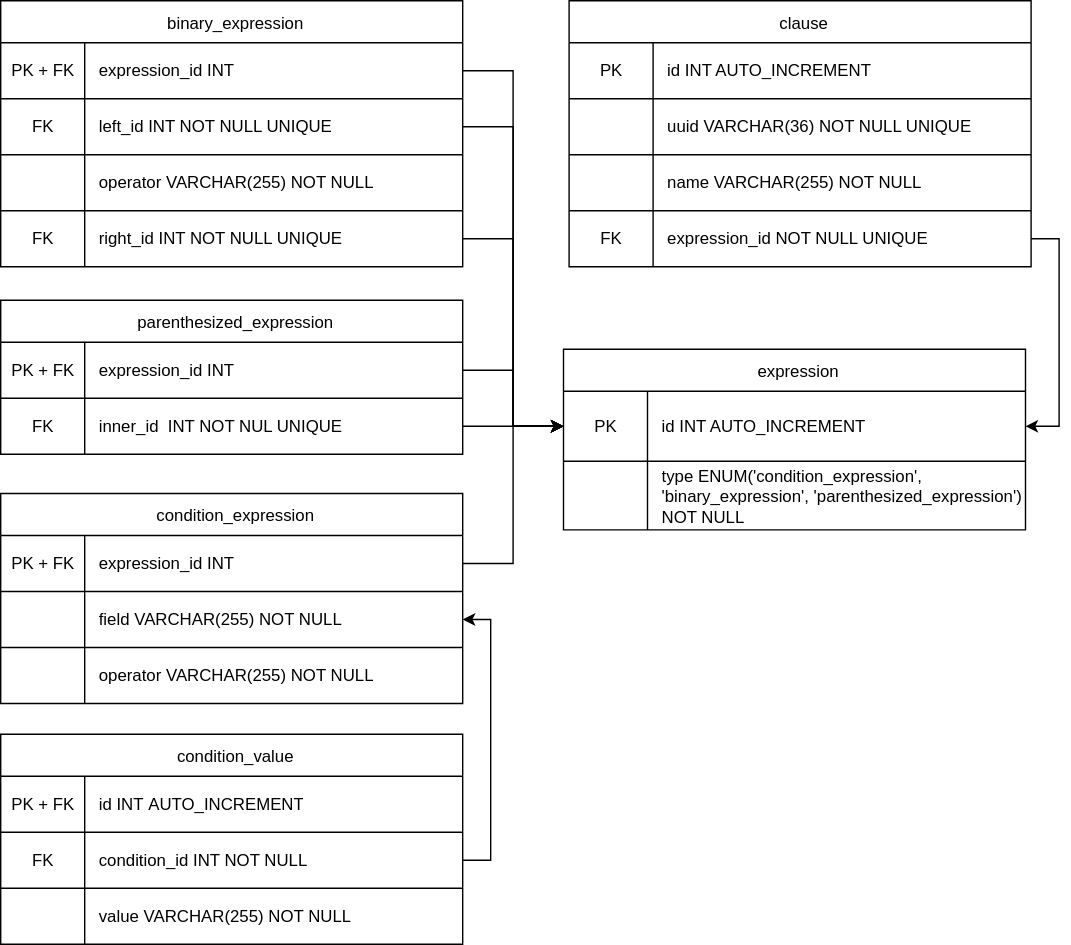
Before: documentation/src/main/resources/images/data_model.svg, a diagram exported from draw.io (KvalitetsIT/klausuleret-tilskud-valideringskomponent). Source tidied: cells renumbered, new cells last; positions are measured from the earlier drawing's top-left corner, leaving out a move shared by most shapes. Its diagram source:
```xml
<mxGraphModel>
  <root>
    <mxCell id="0" />
    <mxCell id="1" parent="0" />
    <mxCell id="2" value="clause" style="shape=table;startSize=30;spacingLeft=5;" parent="1" vertex="1">
      <mxGeometry x="406" width="330" height="190" as="geometry" />
    </mxCell>
    <mxCell id="3" style="shape=tableRow;horizontal=0;startSize=0;swimlaneHead=0;swimlaneBody=0;strokeColor=inherit;top=0;left=0;bottom=0;right=0;fillColor=none;" parent="2" vertex="1">
      <mxGeometry y="30" width="330" height="40" as="geometry" />
    </mxCell>
    <mxCell id="4" value="PK" style="shape=partialRectangle;html=1;whiteSpace=wrap;strokeColor=inherit;overflow=hidden;fillColor=none;top=0;left=0;bottom=0;right=0;" parent="3" vertex="1">
      <mxGeometry width="60" height="40" as="geometry" />
    </mxCell>
    <mxCell id="5" value="id INT AUTO_INCREMENT" style="shape=partialRectangle;html=1;whiteSpace=wrap;strokeColor=inherit;overflow=hidden;fillColor=none;top=0;left=0;bottom=0;right=0;align=left;spacingLeft=8;" parent="3" vertex="1">
      <mxGeometry x="60" width="270" height="40" as="geometry" />
    </mxCell>
    <mxCell id="6" style="shape=tableRow;horizontal=0;startSize=0;swimlaneHead=0;swimlaneBody=0;strokeColor=inherit;top=0;left=0;bottom=0;right=0;fillColor=none;" parent="2" vertex="1">
      <mxGeometry y="70" width="330" height="40" as="geometry" />
    </mxCell>
    <mxCell id="7" style="shape=partialRectangle;html=1;whiteSpace=wrap;strokeColor=inherit;overflow=hidden;fillColor=none;top=0;left=0;bottom=0;right=0;" parent="6" vertex="1">
      <mxGeometry width="60" height="40" as="geometry" />
    </mxCell>
    <mxCell id="8" value="uuid VARCHAR(36) NOT NULL UNIQUE" style="shape=partialRectangle;html=1;whiteSpace=wrap;strokeColor=inherit;overflow=hidden;fillColor=none;top=0;left=0;bottom=0;right=0;align=left;spacingLeft=8;" parent="6" vertex="1">
      <mxGeometry x="60" width="270" height="40" as="geometry" />
    </mxCell>
    <mxCell id="9" style="shape=tableRow;horizontal=0;startSize=0;swimlaneHead=0;swimlaneBody=0;strokeColor=inherit;top=0;left=0;bottom=0;right=0;fillColor=none;" parent="2" vertex="1">
      <mxGeometry y="110" width="330" height="40" as="geometry" />
    </mxCell>
    <mxCell id="10" style="shape=partialRectangle;html=1;whiteSpace=wrap;strokeColor=inherit;overflow=hidden;fillColor=none;top=0;left=0;bottom=0;right=0;" parent="9" vertex="1">
      <mxGeometry width="60" height="40" as="geometry" />
    </mxCell>
    <mxCell id="11" value="name VARCHAR(255) NOT NULL" style="shape=partialRectangle;html=1;whiteSpace=wrap;strokeColor=inherit;overflow=hidden;fillColor=none;top=0;left=0;bottom=0;right=0;align=left;spacingLeft=8;" parent="9" vertex="1">
      <mxGeometry x="60" width="270" height="40" as="geometry" />
    </mxCell>
    <mxCell id="12" style="shape=tableRow;horizontal=0;startSize=0;swimlaneHead=0;swimlaneBody=0;strokeColor=inherit;top=0;left=0;bottom=0;right=0;fillColor=none;points=[[0,0.5],[1,0.5]];portConstraint=eastwest;" parent="2" vertex="1">
      <mxGeometry y="150" width="330" height="40" as="geometry" />
    </mxCell>
    <mxCell id="13" value="FK" style="shape=partialRectangle;html=1;whiteSpace=wrap;strokeColor=inherit;overflow=hidden;fillColor=none;top=0;left=0;bottom=0;right=0;" parent="12" vertex="1">
      <mxGeometry width="60" height="40" as="geometry" />
    </mxCell>
    <mxCell id="14" value="expression_id NOT NULL UNIQUE&amp;nbsp;" style="shape=partialRectangle;html=1;whiteSpace=wrap;strokeColor=inherit;overflow=hidden;fillColor=none;top=0;left=0;bottom=0;right=0;align=left;spacingLeft=8;" parent="12" vertex="1">
      <mxGeometry x="60" width="270" height="40" as="geometry" />
    </mxCell>
    <mxCell id="15" value="expression" style="shape=table;startSize=30;spacingLeft=5;" parent="1" vertex="1">
      <mxGeometry x="402" y="249" width="330" height="129" as="geometry" />
    </mxCell>
    <mxCell id="16" style="shape=tableRow;horizontal=0;startSize=0;swimlaneHead=0;swimlaneBody=0;strokeColor=inherit;top=0;left=0;bottom=0;right=0;fillColor=none;points=[[0,0.5],[1,0.5]];portConstraint=eastwest;" parent="15" vertex="1">
      <mxGeometry y="30" width="330" height="50" as="geometry" />
    </mxCell>
    <mxCell id="17" value="PK" style="shape=partialRectangle;html=1;whiteSpace=wrap;strokeColor=inherit;overflow=hidden;fillColor=none;top=0;left=0;bottom=0;right=0;" parent="16" vertex="1">
      <mxGeometry width="60" height="50" as="geometry" />
    </mxCell>
    <mxCell id="18" value="id INT AUTO_INCREMENT" style="shape=partialRectangle;html=1;whiteSpace=wrap;strokeColor=inherit;overflow=hidden;fillColor=none;top=0;left=0;bottom=0;right=0;align=left;spacingLeft=8;" parent="16" vertex="1">
      <mxGeometry x="60" width="270" height="50" as="geometry" />
    </mxCell>
    <mxCell id="19" style="shape=tableRow;horizontal=0;startSize=0;swimlaneHead=0;swimlaneBody=0;strokeColor=inherit;top=0;left=0;bottom=0;right=0;fillColor=none;" parent="15" vertex="1">
      <mxGeometry y="80" width="330" height="49" as="geometry" />
    </mxCell>
    <mxCell id="20" style="shape=partialRectangle;html=1;whiteSpace=wrap;strokeColor=inherit;overflow=hidden;fillColor=none;top=0;left=0;bottom=0;right=0;" parent="19" vertex="1">
      <mxGeometry width="60" height="49" as="geometry" />
    </mxCell>
    <mxCell id="21" value="type ENUM('condition_expression', 'binary_expression', 'parenthesized_expression') NOT NULL" style="shape=partialRectangle;html=1;whiteSpace=wrap;strokeColor=inherit;overflow=hidden;fillColor=none;top=0;left=0;bottom=0;right=0;align=left;spacingLeft=8;" parent="19" vertex="1">
      <mxGeometry x="60" width="270" height="49" as="geometry" />
    </mxCell>
    <mxCell id="22" value="condition_expression" style="shape=table;startSize=30;spacingLeft=5;" parent="1" vertex="1">
      <mxGeometry y="352" width="330" height="150" as="geometry" />
    </mxCell>
    <mxCell id="23" style="shape=tableRow;horizontal=0;startSize=0;swimlaneHead=0;swimlaneBody=0;strokeColor=inherit;top=0;left=0;bottom=0;right=0;fillColor=none;points=[[0,0.5],[1,0.5]];portConstraint=eastwest;" parent="22" vertex="1">
      <mxGeometry y="30" width="330" height="40" as="geometry" />
    </mxCell>
    <mxCell id="24" value="PK + FK" style="shape=partialRectangle;html=1;whiteSpace=wrap;strokeColor=inherit;overflow=hidden;fillColor=none;top=0;left=0;bottom=0;right=0;" parent="23" vertex="1">
      <mxGeometry width="60" height="40" as="geometry" />
    </mxCell>
    <mxCell id="25" value="expression_id INT" style="shape=partialRectangle;html=1;whiteSpace=wrap;strokeColor=inherit;overflow=hidden;fillColor=none;top=0;left=0;bottom=0;right=0;align=left;spacingLeft=8;" parent="23" vertex="1">
      <mxGeometry x="60" width="270" height="40" as="geometry" />
    </mxCell>
    <mxCell id="26" style="shape=tableRow;horizontal=0;startSize=0;swimlaneHead=0;swimlaneBody=0;strokeColor=inherit;top=0;left=0;bottom=0;right=0;fillColor=none;points=[[0,0.5],[1,0.5]];portConstraint=eastwest;" parent="22" vertex="1">
      <mxGeometry y="70" width="330" height="40" as="geometry" />
    </mxCell>
    <mxCell id="27" style="shape=partialRectangle;html=1;whiteSpace=wrap;strokeColor=inherit;overflow=hidden;fillColor=none;top=0;left=0;bottom=0;right=0;" parent="26" vertex="1">
      <mxGeometry width="60" height="40" as="geometry" />
    </mxCell>
    <mxCell id="28" value="field VARCHAR(255) NOT NULL" style="shape=partialRectangle;html=1;whiteSpace=wrap;strokeColor=inherit;overflow=hidden;fillColor=none;top=0;left=0;bottom=0;right=0;align=left;spacingLeft=8;" parent="26" vertex="1">
      <mxGeometry x="60" width="270" height="40" as="geometry" />
    </mxCell>
    <mxCell id="29" style="shape=tableRow;horizontal=0;startSize=0;swimlaneHead=0;swimlaneBody=0;strokeColor=inherit;top=0;left=0;bottom=0;right=0;fillColor=none;" parent="22" vertex="1">
      <mxGeometry y="110" width="330" height="40" as="geometry" />
    </mxCell>
    <mxCell id="30" style="shape=partialRectangle;html=1;whiteSpace=wrap;strokeColor=inherit;overflow=hidden;fillColor=none;top=0;left=0;bottom=0;right=0;" parent="29" vertex="1">
      <mxGeometry width="60" height="40" as="geometry" />
    </mxCell>
    <mxCell id="31" value="operator VARCHAR(255) NOT NULL" style="shape=partialRectangle;html=1;whiteSpace=wrap;strokeColor=inherit;overflow=hidden;fillColor=none;top=0;left=0;bottom=0;right=0;align=left;spacingLeft=8;" parent="29" vertex="1">
      <mxGeometry x="60" width="270" height="40" as="geometry" />
    </mxCell>
    <mxCell id="32" value="condition_value" style="shape=table;startSize=30;spacingLeft=5;" parent="1" vertex="1">
      <mxGeometry y="524" width="330" height="150" as="geometry" />
    </mxCell>
    <mxCell id="33" style="shape=tableRow;horizontal=0;startSize=0;swimlaneHead=0;swimlaneBody=0;strokeColor=inherit;top=0;left=0;bottom=0;right=0;fillColor=none;" parent="32" vertex="1">
      <mxGeometry y="30" width="330" height="40" as="geometry" />
    </mxCell>
    <mxCell id="34" value="PK + FK" style="shape=partialRectangle;html=1;whiteSpace=wrap;strokeColor=inherit;overflow=hidden;fillColor=none;top=0;left=0;bottom=0;right=0;" parent="33" vertex="1">
      <mxGeometry width="60" height="40" as="geometry" />
    </mxCell>
    <mxCell id="35" value="id INT&amp;nbsp;AUTO_INCREMENT" style="shape=partialRectangle;html=1;whiteSpace=wrap;strokeColor=inherit;overflow=hidden;fillColor=none;top=0;left=0;bottom=0;right=0;align=left;spacingLeft=8;" parent="33" vertex="1">
      <mxGeometry x="60" width="270" height="40" as="geometry" />
    </mxCell>
    <mxCell id="36" style="shape=tableRow;horizontal=0;startSize=0;swimlaneHead=0;swimlaneBody=0;strokeColor=inherit;top=0;left=0;bottom=0;right=0;fillColor=none;points=[[0,0.5],[1,0.5]];portConstraint=eastwest;" parent="32" vertex="1">
      <mxGeometry y="70" width="330" height="40" as="geometry" />
    </mxCell>
    <mxCell id="37" value="FK" style="shape=partialRectangle;html=1;whiteSpace=wrap;strokeColor=inherit;overflow=hidden;fillColor=none;top=0;left=0;bottom=0;right=0;" parent="36" vertex="1">
      <mxGeometry width="60" height="40" as="geometry" />
    </mxCell>
    <mxCell id="38" value="condition_id INT NOT NULL" style="shape=partialRectangle;html=1;whiteSpace=wrap;strokeColor=inherit;overflow=hidden;fillColor=none;top=0;left=0;bottom=0;right=0;align=left;spacingLeft=8;" parent="36" vertex="1">
      <mxGeometry x="60" width="270" height="40" as="geometry" />
    </mxCell>
    <mxCell id="39" style="shape=tableRow;horizontal=0;startSize=0;swimlaneHead=0;swimlaneBody=0;strokeColor=inherit;top=0;left=0;bottom=0;right=0;fillColor=none;" parent="32" vertex="1">
      <mxGeometry y="110" width="330" height="40" as="geometry" />
    </mxCell>
    <mxCell id="40" style="shape=partialRectangle;html=1;whiteSpace=wrap;strokeColor=inherit;overflow=hidden;fillColor=none;top=0;left=0;bottom=0;right=0;" parent="39" vertex="1">
      <mxGeometry width="60" height="40" as="geometry" />
    </mxCell>
    <mxCell id="41" value="value VARCHAR(255) NOT NULL" style="shape=partialRectangle;html=1;whiteSpace=wrap;strokeColor=inherit;overflow=hidden;fillColor=none;top=0;left=0;bottom=0;right=0;align=left;spacingLeft=8;" parent="39" vertex="1">
      <mxGeometry x="60" width="270" height="40" as="geometry" />
    </mxCell>
    <mxCell id="42" value="parenthesized_expression" style="shape=table;startSize=30;spacingLeft=5;" parent="1" vertex="1">
      <mxGeometry y="214" width="330" height="110" as="geometry" />
    </mxCell>
    <mxCell id="43" style="shape=tableRow;horizontal=0;startSize=0;swimlaneHead=0;swimlaneBody=0;strokeColor=inherit;top=0;left=0;bottom=0;right=0;fillColor=none;points=[[0,0.5],[1,0.5]];portConstraint=eastwest;" parent="42" vertex="1">
      <mxGeometry y="30" width="330" height="40" as="geometry" />
    </mxCell>
    <mxCell id="44" value="PK + FK" style="shape=partialRectangle;html=1;whiteSpace=wrap;strokeColor=inherit;overflow=hidden;fillColor=none;top=0;left=0;bottom=0;right=0;" parent="43" vertex="1">
      <mxGeometry width="60" height="40" as="geometry" />
    </mxCell>
    <mxCell id="45" value="expression_id INT" style="shape=partialRectangle;html=1;whiteSpace=wrap;strokeColor=inherit;overflow=hidden;fillColor=none;top=0;left=0;bottom=0;right=0;align=left;spacingLeft=8;" parent="43" vertex="1">
      <mxGeometry x="60" width="270" height="40" as="geometry" />
    </mxCell>
    <mxCell id="46" style="shape=tableRow;horizontal=0;startSize=0;swimlaneHead=0;swimlaneBody=0;strokeColor=inherit;top=0;left=0;bottom=0;right=0;fillColor=none;points=[[0,0.5],[1,0.5]];portConstraint=eastwest;" parent="42" vertex="1">
      <mxGeometry y="70" width="330" height="40" as="geometry" />
    </mxCell>
    <mxCell id="47" value="FK" style="shape=partialRectangle;html=1;whiteSpace=wrap;strokeColor=inherit;overflow=hidden;fillColor=none;top=0;left=0;bottom=0;right=0;" parent="46" vertex="1">
      <mxGeometry width="60" height="40" as="geometry" />
    </mxCell>
    <mxCell id="48" value="inner_id &amp;nbsp;INT NOT NUL UNIQUE" style="shape=partialRectangle;html=1;whiteSpace=wrap;strokeColor=inherit;overflow=hidden;fillColor=none;top=0;left=0;bottom=0;right=0;align=left;spacingLeft=8;" parent="46" vertex="1">
      <mxGeometry x="60" width="270" height="40" as="geometry" />
    </mxCell>
    <mxCell id="49" style="edgeStyle=orthogonalEdgeStyle;rounded=0;jettySize=auto;html=1;entryX=0;entryY=0.5;entryDx=0;entryDy=0;" parent="1" edge="1" source="23" target="16">
      <mxGeometry relative="1" as="geometry" />
    </mxCell>
    <mxCell id="50" style="edgeStyle=orthogonalEdgeStyle;rounded=0;jettySize=auto;html=1;exitX=1;exitY=0.5;exitDx=0;exitDy=0;entryX=0;entryY=0.5;entryDx=0;entryDy=0;" parent="1" edge="1" source="43" target="16">
      <mxGeometry relative="1" as="geometry" />
    </mxCell>
    <mxCell id="51" value="binary_expression" style="shape=table;startSize=30;spacingLeft=5;" parent="1" vertex="1">
      <mxGeometry width="330" height="190" as="geometry" />
    </mxCell>
    <mxCell id="52" style="shape=tableRow;horizontal=0;startSize=0;swimlaneHead=0;swimlaneBody=0;strokeColor=inherit;top=0;left=0;bottom=0;right=0;fillColor=none;points=[[0,0.5],[1,0.5]];portConstraint=eastwest;" parent="51" vertex="1">
      <mxGeometry y="30" width="330" height="40" as="geometry" />
    </mxCell>
    <mxCell id="53" value="PK + FK" style="shape=partialRectangle;html=1;whiteSpace=wrap;strokeColor=inherit;overflow=hidden;fillColor=none;top=0;left=0;bottom=0;right=0;" parent="52" vertex="1">
      <mxGeometry width="60" height="40" as="geometry" />
    </mxCell>
    <mxCell id="54" value="expression_id INT" style="shape=partialRectangle;html=1;whiteSpace=wrap;strokeColor=inherit;overflow=hidden;fillColor=none;top=0;left=0;bottom=0;right=0;align=left;spacingLeft=8;" parent="52" vertex="1">
      <mxGeometry x="60" width="270" height="40" as="geometry" />
    </mxCell>
    <mxCell id="55" style="shape=tableRow;horizontal=0;startSize=0;swimlaneHead=0;swimlaneBody=0;strokeColor=inherit;top=0;left=0;bottom=0;right=0;fillColor=none;points=[[0,0.5],[1,0.5]];portConstraint=eastwest;" parent="51" vertex="1">
      <mxGeometry y="70" width="330" height="40" as="geometry" />
    </mxCell>
    <mxCell id="56" value="FK" style="shape=partialRectangle;html=1;whiteSpace=wrap;strokeColor=inherit;overflow=hidden;fillColor=none;top=0;left=0;bottom=0;right=0;" parent="55" vertex="1">
      <mxGeometry width="60" height="40" as="geometry" />
    </mxCell>
    <mxCell id="57" value="left_id&amp;nbsp;INT NOT NULL UNIQUE" style="shape=partialRectangle;html=1;whiteSpace=wrap;strokeColor=inherit;overflow=hidden;fillColor=none;top=0;left=0;bottom=0;right=0;align=left;spacingLeft=8;" parent="55" vertex="1">
      <mxGeometry x="60" width="270" height="40" as="geometry" />
    </mxCell>
    <mxCell id="58" style="shape=tableRow;horizontal=0;startSize=0;swimlaneHead=0;swimlaneBody=0;strokeColor=inherit;top=0;left=0;bottom=0;right=0;fillColor=none;" parent="51" vertex="1">
      <mxGeometry y="110" width="330" height="40" as="geometry" />
    </mxCell>
    <mxCell id="59" style="shape=partialRectangle;html=1;whiteSpace=wrap;strokeColor=inherit;overflow=hidden;fillColor=none;top=0;left=0;bottom=0;right=0;" parent="58" vertex="1">
      <mxGeometry width="60" height="40" as="geometry" />
    </mxCell>
    <mxCell id="60" value="operator VARCHAR(255) NOT NULL" style="shape=partialRectangle;html=1;whiteSpace=wrap;strokeColor=inherit;overflow=hidden;fillColor=none;top=0;left=0;bottom=0;right=0;align=left;spacingLeft=8;" parent="58" vertex="1">
      <mxGeometry x="60" width="270" height="40" as="geometry" />
    </mxCell>
    <mxCell id="61" style="shape=tableRow;horizontal=0;startSize=0;swimlaneHead=0;swimlaneBody=0;strokeColor=inherit;top=0;left=0;bottom=0;right=0;fillColor=none;points=[[0,0.5],[1,0.5]];portConstraint=eastwest;" parent="51" vertex="1">
      <mxGeometry y="150" width="330" height="40" as="geometry" />
    </mxCell>
    <mxCell id="62" value="FK" style="shape=partialRectangle;html=1;whiteSpace=wrap;strokeColor=inherit;overflow=hidden;fillColor=none;top=0;left=0;bottom=0;right=0;" parent="61" vertex="1">
      <mxGeometry width="60" height="40" as="geometry" />
    </mxCell>
    <mxCell id="63" value="right_id&amp;nbsp;INT NOT NULL UNIQUE" style="shape=partialRectangle;html=1;whiteSpace=wrap;strokeColor=inherit;overflow=hidden;fillColor=none;top=0;left=0;bottom=0;right=0;align=left;spacingLeft=8;" parent="61" vertex="1">
      <mxGeometry x="60" width="270" height="40" as="geometry" />
    </mxCell>
    <mxCell id="64" style="edgeStyle=orthogonalEdgeStyle;rounded=0;jettySize=auto;html=1;entryX=0;entryY=0.5;entryDx=0;entryDy=0;" parent="1" edge="1" source="52" target="16">
      <mxGeometry relative="1" as="geometry" />
    </mxCell>
    <mxCell id="65" style="edgeStyle=orthogonalEdgeStyle;rounded=0;jettySize=auto;html=1;entryX=0;entryY=0.5;entryDx=0;entryDy=0;" parent="1" edge="1" source="61" target="16">
      <mxGeometry relative="1" as="geometry" />
    </mxCell>
    <mxCell id="66" style="edgeStyle=orthogonalEdgeStyle;rounded=0;jettySize=auto;html=1;exitX=1;exitY=0.5;exitDx=0;exitDy=0;entryX=0;entryY=0.5;entryDx=0;entryDy=0;" parent="1" edge="1" source="55" target="16">
      <mxGeometry relative="1" as="geometry" />
    </mxCell>
    <mxCell id="67" style="edgeStyle=orthogonalEdgeStyle;rounded=0;jettySize=auto;html=1;exitX=1;exitY=0.5;exitDx=0;exitDy=0;entryX=0;entryY=0.5;entryDx=0;entryDy=0;" parent="1" edge="1" source="46" target="16">
      <mxGeometry relative="1" as="geometry" />
    </mxCell>
    <mxCell id="68" style="edgeStyle=orthogonalEdgeStyle;rounded=0;jettySize=auto;html=1;exitX=1;exitY=0.5;exitDx=0;exitDy=0;entryX=1;entryY=0.5;entryDx=0;entryDy=0;" parent="1" edge="1" source="36" target="26">
      <mxGeometry relative="1" as="geometry" />
    </mxCell>
    <mxCell id="69" style="edgeStyle=orthogonalEdgeStyle;rounded=0;jettySize=auto;html=1;exitX=1;exitY=0.5;exitDx=0;exitDy=0;entryX=1;entryY=0.5;entryDx=0;entryDy=0;" parent="1" edge="1" source="12" target="16">
      <mxGeometry relative="1" as="geometry" />
    </mxCell>
  </root>
</mxGraphModel>
```
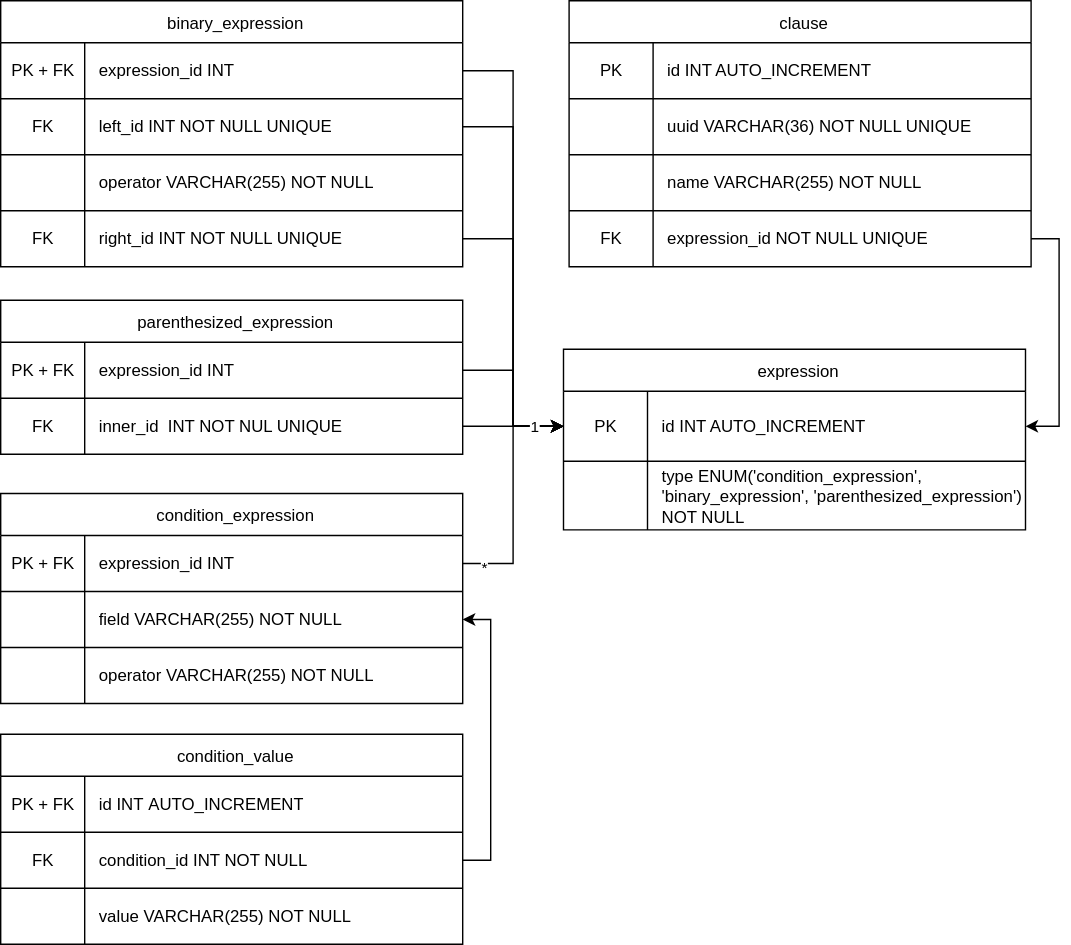
Above is the later version.

Commit message:
accommodated review

Diff of the diagram source:
```diff
@@ -146,6 +146,11 @@
     <mxCell id="49" style="edgeStyle=orthogonalEdgeStyle;rounded=0;jettySize=auto;html=1;entryX=0;entryY=0.5;entryDx=0;entryDy=0;" parent="1" edge="1" source="23" target="16">
       <mxGeometry relative="1" as="geometry" />
     </mxCell>
+    <mxCell id="70" value="*" style="edgeLabel;html=1;align=center;verticalAlign=middle;" parent="49" vertex="1">
+      <mxGeometry x="-0.81" y="1" relative="1" as="geometry">
+        <mxPoint x="-1" y="4" as="offset" />
+      </mxGeometry>
+    </mxCell>
     <mxCell id="50" style="edgeStyle=orthogonalEdgeStyle;rounded=0;jettySize=auto;html=1;exitX=1;exitY=0.5;exitDx=0;exitDy=0;entryX=0;entryY=0.5;entryDx=0;entryDy=0;" parent="1" edge="1" source="43" target="16">
       <mxGeometry relative="1" as="geometry" />
     </mxCell>
@@ -200,6 +205,11 @@
     <mxCell id="67" style="edgeStyle=orthogonalEdgeStyle;rounded=0;jettySize=auto;html=1;exitX=1;exitY=0.5;exitDx=0;exitDy=0;entryX=0;entryY=0.5;entryDx=0;entryDy=0;" parent="1" edge="1" source="46" target="16">
       <mxGeometry relative="1" as="geometry" />
     </mxCell>
+    <mxCell id="71" value="1" style="edgeLabel;html=1;align=center;verticalAlign=middle;" parent="67" vertex="1">
+      <mxGeometry x="0.36" y="-3" relative="1" as="geometry">
+        <mxPoint x="1" y="-3" as="offset" />
+      </mxGeometry>
+    </mxCell>
     <mxCell id="68" style="edgeStyle=orthogonalEdgeStyle;rounded=0;jettySize=auto;html=1;exitX=1;exitY=0.5;exitDx=0;exitDy=0;entryX=1;entryY=0.5;entryDx=0;entryDy=0;" parent="1" edge="1" source="36" target="26">
       <mxGeometry relative="1" as="geometry" />
     </mxCell>
```
